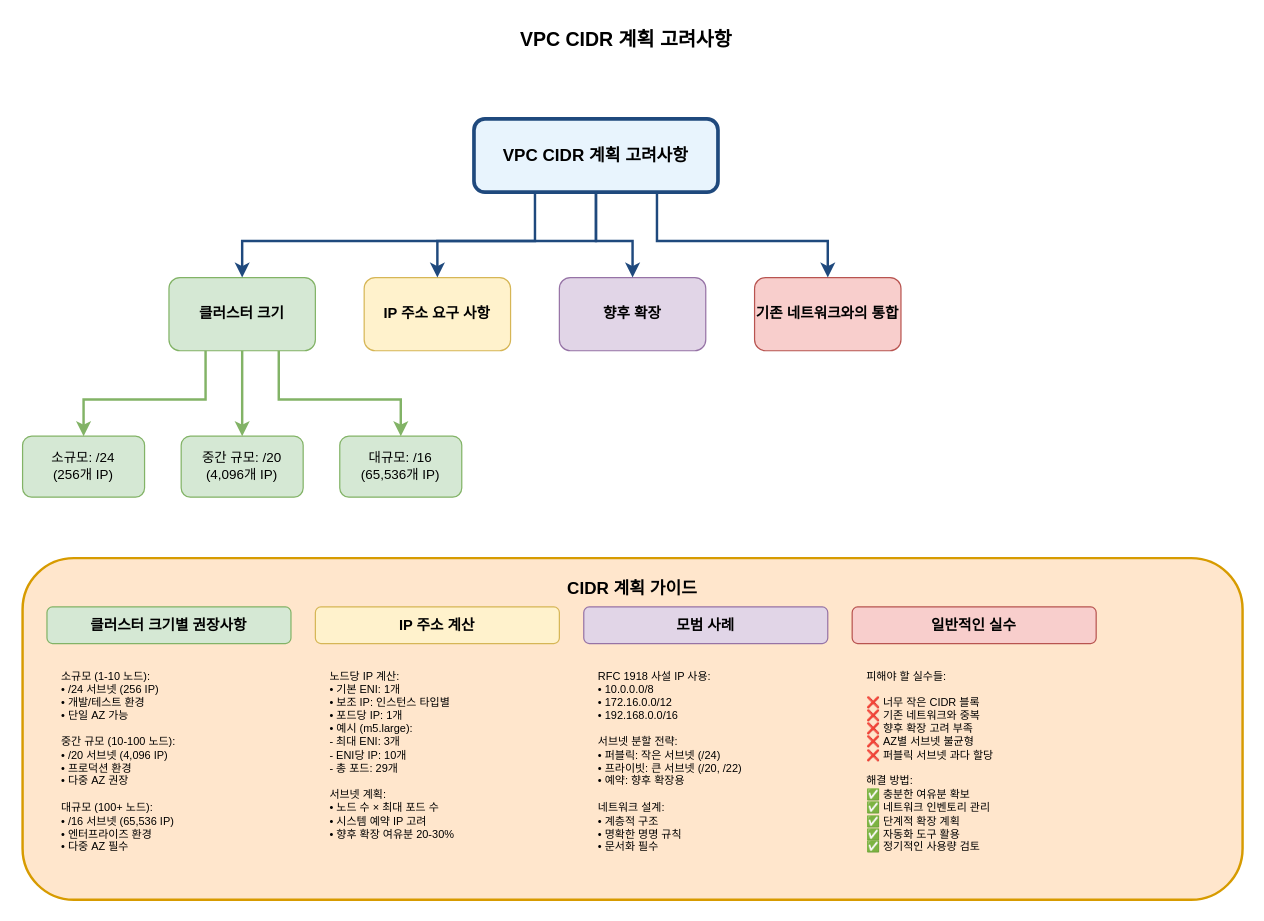
Earlier version of the draw.io diagram assets/generated-diagrams/eks_vpc_cidr_planning.drawio (Atom-oh/kubernetes-docs). Source tidied: cells renumbered, new cells numbered last; positions are measured from the earlier drawing's top-left corner, leaving out a move shared by most shapes. Both pictures are drawn from the tidied source at 122%, with x=0, y=0 at pixel (22, 21).
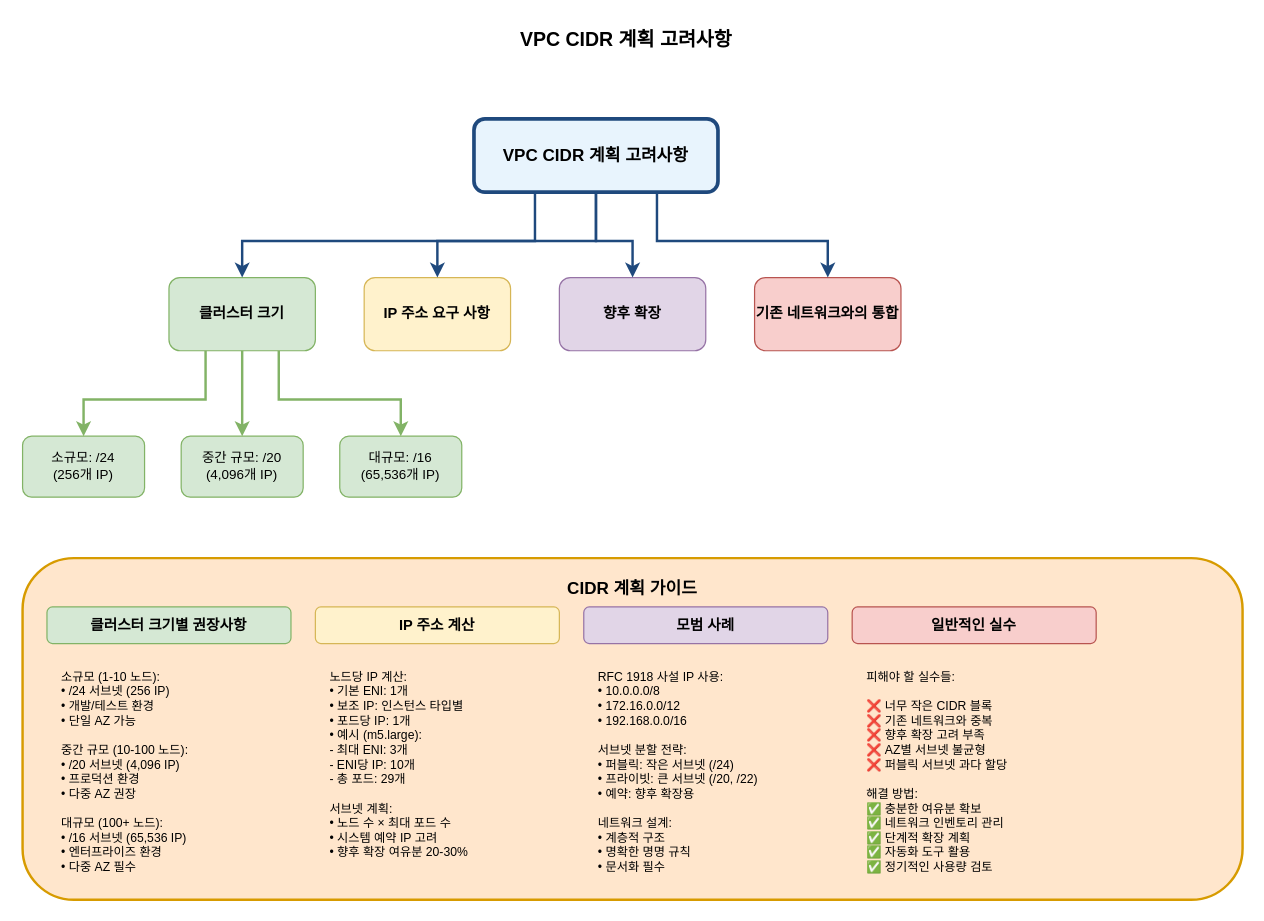
After the change.

Change to the diagram source:
```diff
@@
-    <mxCell id="13" value="소규모 (1-10 노드):&#10;• /24 서브넷 (256 IP)&#10;• 개발/테스트 환경&#10;• 단일 AZ 가능&#10;&#10;중간 규모 (10-100 노드):&#10;• /20 서브넷 (4,096 IP)&#10;• 프로덕션 환경&#10;• 다중 AZ 권장&#10;&#10;대규모 (100+ 노드):&#10;• /16 서브넷 (65,536 IP)&#10;• 엔터프라이즈 환경&#10;• 다중 AZ 필수" style="text;html=1;strokeColor=none;fillColor=none;align=left;verticalAlign=top;whiteSpace=wrap;rounded=0;fontSize=9;spacingTop=5;spacingLeft=10;" parent="1" vertex="1">
+    <mxCell id="13" value="소규모 (1-10 노드):&#10;• /24 서브넷 (256 IP)&#10;• 개발/테스트 환경&#10;• 단일 AZ 가능&#10;&#10;중간 규모 (10-100 노드):&#10;• /20 서브넷 (4,096 IP)&#10;• 프로덕션 환경&#10;• 다중 AZ 권장&#10;&#10;대규모 (100+ 노드):&#10;• /16 서브넷 (65,536 IP)&#10;• 엔터프라이즈 환경&#10;• 다중 AZ 필수" style="text;html=1;strokeColor=none;fillColor=none;align=left;verticalAlign=top;whiteSpace=wrap;rounded=0;fontSize=10;spacingTop=5;spacingLeft=10;" parent="1" vertex="1">
       <mxGeometry x="20" y="520" width="200" height="180" as="geometry" />
     </mxCell>
@@
-    <mxCell id="15" value="노드당 IP 계산:&#10;• 기본 ENI: 1개&#10;• 보조 IP: 인스턴스 타입별&#10;• 포드당 IP: 1개&#10;• 예시 (m5.large):&#10;  - 최대 ENI: 3개&#10;  - ENI당 IP: 10개&#10;  - 총 포드: 29개&#10;&#10;서브넷 계획:&#10;• 노드 수 × 최대 포드 수&#10;• 시스템 예약 IP 고려&#10;• 향후 확장 여유분 20-30%" style="text;html=1;strokeColor=none;fillColor=none;align=left;verticalAlign=top;whiteSpace=wrap;rounded=0;fontSize=9;spacingTop=5;spacingLeft=10;" parent="1" vertex="1">
+    <mxCell id="15" value="노드당 IP 계산:&#10;• 기본 ENI: 1개&#10;• 보조 IP: 인스턴스 타입별&#10;• 포드당 IP: 1개&#10;• 예시 (m5.large):&#10;  - 최대 ENI: 3개&#10;  - ENI당 IP: 10개&#10;  - 총 포드: 29개&#10;&#10;서브넷 계획:&#10;• 노드 수 × 최대 포드 수&#10;• 시스템 예약 IP 고려&#10;• 향후 확장 여유분 20-30%" style="text;html=1;strokeColor=none;fillColor=none;align=left;verticalAlign=top;whiteSpace=wrap;rounded=0;fontSize=10;spacingTop=5;spacingLeft=10;" parent="1" vertex="1">
       <mxGeometry x="240" y="520" width="200" height="180" as="geometry" />
     </mxCell>
@@
-    <mxCell id="17" value="RFC 1918 사설 IP 사용:&#10;• 10.0.0.0/8&#10;• 172.16.0.0/12&#10;• 192.168.0.0/16&#10;&#10;서브넷 분할 전략:&#10;• 퍼블릭: 작은 서브넷 (/24)&#10;• 프라이빗: 큰 서브넷 (/20, /22)&#10;• 예약: 향후 확장용&#10;&#10;네트워크 설계:&#10;• 계층적 구조&#10;• 명확한 명명 규칙&#10;• 문서화 필수" style="text;html=1;strokeColor=none;fillColor=none;align=left;verticalAlign=top;whiteSpace=wrap;rounded=0;fontSize=9;spacingTop=5;spacingLeft=10;" parent="1" vertex="1">
+    <mxCell id="17" value="RFC 1918 사설 IP 사용:&#10;• 10.0.0.0/8&#10;• 172.16.0.0/12&#10;• 192.168.0.0/16&#10;&#10;서브넷 분할 전략:&#10;• 퍼블릭: 작은 서브넷 (/24)&#10;• 프라이빗: 큰 서브넷 (/20, /22)&#10;• 예약: 향후 확장용&#10;&#10;네트워크 설계:&#10;• 계층적 구조&#10;• 명확한 명명 규칙&#10;• 문서화 필수" style="text;html=1;strokeColor=none;fillColor=none;align=left;verticalAlign=top;whiteSpace=wrap;rounded=0;fontSize=10;spacingTop=5;spacingLeft=10;" parent="1" vertex="1">
       <mxGeometry x="460" y="520" width="200" height="180" as="geometry" />
     </mxCell>
@@
-    <mxCell id="19" value="피해야 할 실수들:&#10;&#10;❌ 너무 작은 CIDR 블록&#10;❌ 기존 네트워크와 중복&#10;❌ 향후 확장 고려 부족&#10;❌ AZ별 서브넷 불균형&#10;❌ 퍼블릭 서브넷 과다 할당&#10;&#10;해결 방법:&#10;✅ 충분한 여유분 확보&#10;✅ 네트워크 인벤토리 관리&#10;✅ 단계적 확장 계획&#10;✅ 자동화 도구 활용&#10;✅ 정기적인 사용량 검토" style="text;html=1;strokeColor=none;fillColor=none;align=left;verticalAlign=top;whiteSpace=wrap;rounded=0;fontSize=9;spacingTop=5;spacingLeft=10;" parent="1" vertex="1">
+    <mxCell id="19" value="피해야 할 실수들:&#10;&#10;❌ 너무 작은 CIDR 블록&#10;❌ 기존 네트워크와 중복&#10;❌ 향후 확장 고려 부족&#10;❌ AZ별 서브넷 불균형&#10;❌ 퍼블릭 서브넷 과다 할당&#10;&#10;해결 방법:&#10;✅ 충분한 여유분 확보&#10;✅ 네트워크 인벤토리 관리&#10;✅ 단계적 확장 계획&#10;✅ 자동화 도구 활용&#10;✅ 정기적인 사용량 검토" style="text;html=1;strokeColor=none;fillColor=none;align=left;verticalAlign=top;whiteSpace=wrap;rounded=0;fontSize=10;spacingTop=5;spacingLeft=10;" parent="1" vertex="1">
       <mxGeometry x="680" y="520" width="200" height="180" as="geometry" />
     </mxCell>
```
